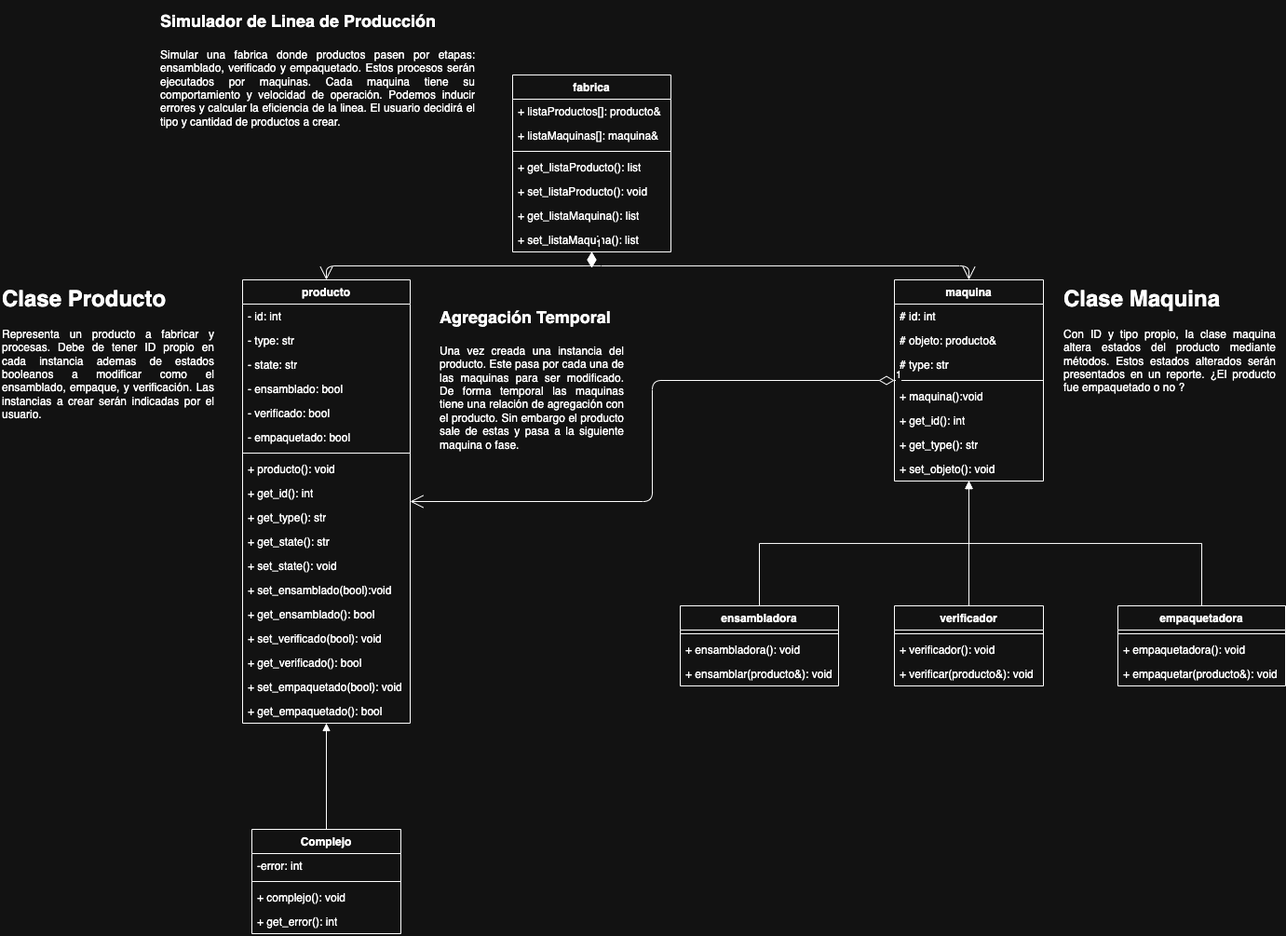
Before: UML.drawio.png, a diagram exported from draw.io (Citybanamex16/Linea-Produccion). Source tidied: cells renumbered, new cells last; positions are measured from the earlier drawing's top-left corner, leaving out a move shared by most shapes.
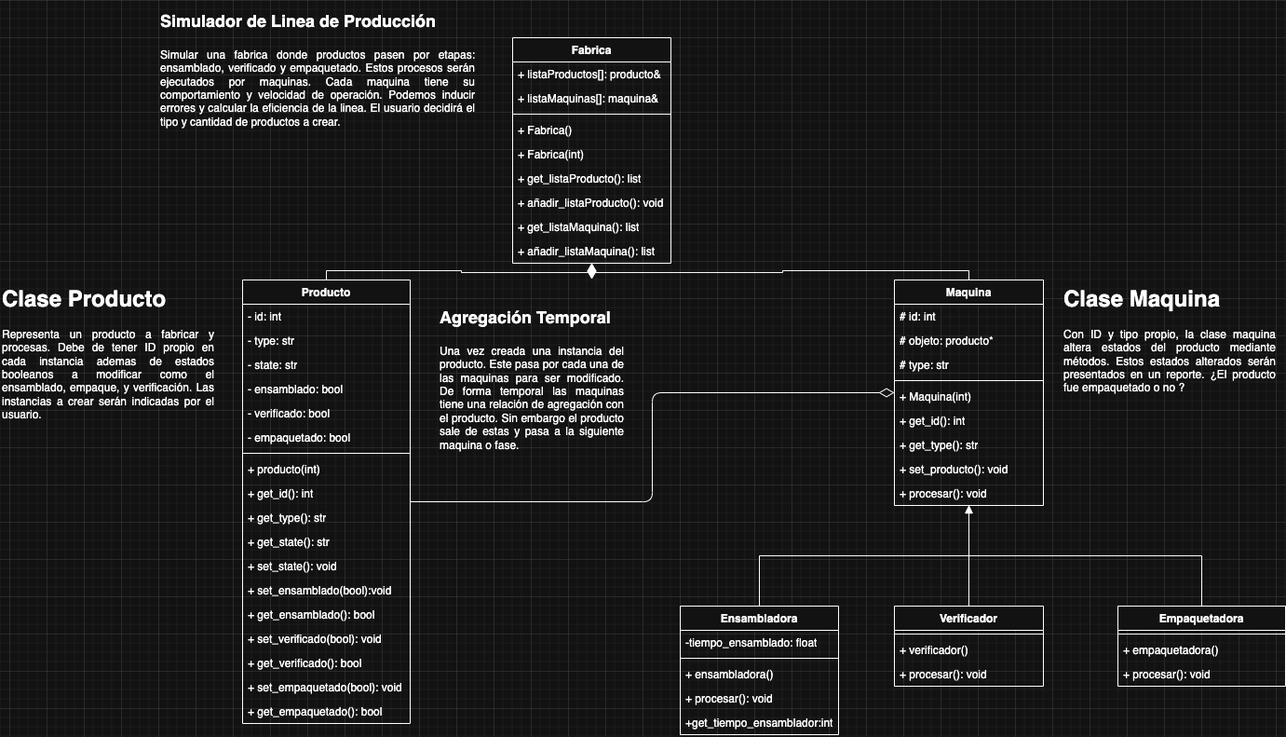
The same diagram one commit later.

What changed in the source:
```diff
@@ -4,4 +4,4 @@
     <mxCell id="1" parent="0" />
-    <mxCell id="2" value="fabrica" style="swimlane;fontStyle=1;align=center;verticalAlign=top;horizontal=1;startSize=26;whiteSpace=wrap;html=1;" parent="1" vertex="1">
-      <mxGeometry x="550" y="80" width="170" height="190" as="geometry" />
+    <mxCell id="2" value="Fabrica" style="swimlane;fontStyle=1;align=center;verticalAlign=top;horizontal=1;startSize=26;whiteSpace=wrap;html=1;" parent="1" vertex="1">
+      <mxGeometry x="550" y="40" width="170" height="242" as="geometry" />
     </mxCell>
@@ -16,21 +16,21 @@
     </mxCell>
-    <mxCell id="6" value="+ get_listaProducto(): list" style="text;strokeColor=none;fillColor=none;align=left;verticalAlign=top;spacingLeft=4;spacingRight=4;overflow=hidden;whiteSpace=wrap;html=1;" parent="2" vertex="1">
+    <mxCell id="6" value="+ Fabrica()" style="text;strokeColor=none;fillColor=none;align=left;verticalAlign=top;spacingLeft=4;spacingRight=4;overflow=hidden;whiteSpace=wrap;html=1;" parent="2" vertex="1">
       <mxGeometry y="86" width="170" height="26" as="geometry" />
     </mxCell>
+    <mxCell id="66" value="+ Fabrica(int)" style="text;strokeColor=none;fillColor=none;align=left;verticalAlign=top;spacingLeft=4;spacingRight=4;overflow=hidden;whiteSpace=wrap;html=1;" parent="2" vertex="1">
+      <mxGeometry y="112" width="170" height="26" as="geometry" />
+    </mxCell>
+    <mxCell id="67" value="+ get_listaProducto(): list" style="text;strokeColor=none;fillColor=none;align=left;verticalAlign=top;spacingLeft=4;spacingRight=4;overflow=hidden;whiteSpace=wrap;html=1;" parent="2" vertex="1">
+      <mxGeometry y="138" width="170" height="26" as="geometry" />
+    </mxCell>
-    <mxCell id="7" value="+ set_listaProducto(): void&amp;nbsp;" style="text;strokeColor=none;fillColor=none;align=left;verticalAlign=top;spacingLeft=4;spacingRight=4;overflow=hidden;whiteSpace=wrap;html=1;" parent="2" vertex="1">
-      <mxGeometry y="112" width="170" height="26" as="geometry" />
+    <mxCell id="7" value="+ añadir_listaProducto(): void&amp;nbsp;" style="text;strokeColor=none;fillColor=none;align=left;verticalAlign=top;spacingLeft=4;spacingRight=4;overflow=hidden;whiteSpace=wrap;html=1;" parent="2" vertex="1">
+      <mxGeometry y="164" width="170" height="26" as="geometry" />
     </mxCell>
     <mxCell id="8" value="+ get_listaMaquina(): list" style="text;strokeColor=none;fillColor=none;align=left;verticalAlign=top;spacingLeft=4;spacingRight=4;overflow=hidden;whiteSpace=wrap;html=1;" parent="2" vertex="1">
-      <mxGeometry y="138" width="170" height="26" as="geometry" />
+      <mxGeometry y="190" width="170" height="26" as="geometry" />
     </mxCell>
-    <mxCell id="9" value="+ set_listaMaquina(): list" style="text;strokeColor=none;fillColor=none;align=left;verticalAlign=top;spacingLeft=4;spacingRight=4;overflow=hidden;whiteSpace=wrap;html=1;" parent="2" vertex="1">
-      <mxGeometry y="164" width="170" height="26" as="geometry" />
+    <mxCell id="9" value="+ añadir_listaMaquina(): list" style="text;strokeColor=none;fillColor=none;align=left;verticalAlign=top;spacingLeft=4;spacingRight=4;overflow=hidden;whiteSpace=wrap;html=1;" parent="2" vertex="1">
+      <mxGeometry y="216" width="170" height="26" as="geometry" />
     </mxCell>
-    <mxCell id="10" value="1" style="endArrow=open;html=1;endSize=12;startArrow=diamondThin;startSize=14;startFill=1;edgeStyle=orthogonalEdgeStyle;align=left;verticalAlign=bottom;rounded=1;entryX=0.5;entryY=0;entryDx=0;entryDy=0;shadow=0;exitX=0.5;exitY=1;exitDx=0;exitDy=0;curved=0;jumpStyle=none;" parent="1" edge="1" source="2" target="12">
-      <mxGeometry x="-1" y="3" relative="1" as="geometry" />
-    </mxCell>
-    <mxCell id="11" value="1" style="endArrow=open;html=1;endSize=12;startArrow=diamondThin;startSize=14;startFill=1;edgeStyle=orthogonalEdgeStyle;align=left;verticalAlign=bottom;rounded=1;entryX=0.5;entryY=0;entryDx=0;entryDy=0;shadow=0;curved=0;jumpStyle=none;exitX=0.5;exitY=1;exitDx=0;exitDy=0;" parent="1" edge="1" source="2" target="31">
-      <mxGeometry x="-1" y="3" relative="1" as="geometry" />
-    </mxCell>
-    <mxCell id="12" value="producto" style="swimlane;fontStyle=1;align=center;verticalAlign=top;horizontal=1;startSize=26;whiteSpace=wrap;html=1;" parent="1" vertex="1">
+    <mxCell id="12" value="Producto" style="swimlane;fontStyle=1;align=center;verticalAlign=top;horizontal=1;startSize=26;whiteSpace=wrap;html=1;" parent="1" vertex="1">
       <mxGeometry x="260" y="300" width="180" height="476" as="geometry" />
@@ -58,3 +58,3 @@
     </mxCell>
-    <mxCell id="20" value="+ producto(): void" style="text;strokeColor=none;fillColor=none;align=left;verticalAlign=top;spacingLeft=4;spacingRight=4;overflow=hidden;whiteSpace=wrap;html=1;" parent="12" vertex="1">
+    <mxCell id="20" value="+ producto(int)" style="text;strokeColor=none;fillColor=none;align=left;verticalAlign=top;spacingLeft=4;spacingRight=4;overflow=hidden;whiteSpace=wrap;html=1;" parent="12" vertex="1">
       <mxGeometry y="190" width="180" height="26" as="geometry" />
@@ -91,4 +91,4 @@
     </mxCell>
-    <mxCell id="31" value="maquina" style="swimlane;fontStyle=1;align=center;verticalAlign=top;horizontal=1;startSize=26;whiteSpace=wrap;html=1;" parent="1" vertex="1">
-      <mxGeometry x="960" y="300" width="160" height="216" as="geometry" />
+    <mxCell id="31" value="Maquina" style="swimlane;fontStyle=1;align=center;verticalAlign=top;horizontal=1;startSize=26;whiteSpace=wrap;html=1;" parent="1" vertex="1">
+      <mxGeometry x="960" y="300" width="160" height="242" as="geometry" />
     </mxCell>
@@ -97,3 +97,3 @@
     </mxCell>
-    <mxCell id="33" value="# objeto: producto&amp;amp;&amp;nbsp;" style="text;strokeColor=none;fillColor=none;align=left;verticalAlign=top;spacingLeft=4;spacingRight=4;overflow=hidden;whiteSpace=wrap;html=1;" parent="31" vertex="1">
+    <mxCell id="33" value="# objeto: producto*&amp;nbsp;" style="text;strokeColor=none;fillColor=none;align=left;verticalAlign=top;spacingLeft=4;spacingRight=4;overflow=hidden;whiteSpace=wrap;html=1;" parent="31" vertex="1">
       <mxGeometry y="52" width="160" height="26" as="geometry" />
@@ -106,3 +106,3 @@
     </mxCell>
-    <mxCell id="36" value="+ maquina():void" style="text;strokeColor=none;fillColor=none;align=left;verticalAlign=top;spacingLeft=4;spacingRight=4;overflow=hidden;whiteSpace=wrap;html=1;" parent="31" vertex="1">
+    <mxCell id="36" value="+ Maquina(int)" style="text;strokeColor=none;fillColor=none;align=left;verticalAlign=top;spacingLeft=4;spacingRight=4;overflow=hidden;whiteSpace=wrap;html=1;" parent="31" vertex="1">
       <mxGeometry y="112" width="160" height="26" as="geometry" />
@@ -115,18 +115,27 @@
     </mxCell>
-    <mxCell id="39" value="+ set_objeto(): void" style="text;strokeColor=none;fillColor=none;align=left;verticalAlign=top;spacingLeft=4;spacingRight=4;overflow=hidden;whiteSpace=wrap;html=1;" parent="31" vertex="1">
-      <mxGeometry y="190" width="160" height="26" as="geometry" />
-    </mxCell>
+    <mxCell id="68" value="+ set_producto(): void" style="text;strokeColor=none;fillColor=none;align=left;verticalAlign=top;spacingLeft=4;spacingRight=4;overflow=hidden;whiteSpace=wrap;html=1;" parent="31" vertex="1">
+      <mxGeometry y="190" width="160" height="26" as="geometry" />
+    </mxCell>
+    <mxCell id="69" value="+ procesar(): void" style="text;strokeColor=none;fillColor=none;align=left;verticalAlign=top;spacingLeft=4;spacingRight=4;overflow=hidden;whiteSpace=wrap;html=1;" parent="31" vertex="1">
+      <mxGeometry y="216" width="160" height="26" as="geometry" />
+    </mxCell>
-    <mxCell id="40" value="ensambladora" style="swimlane;fontStyle=1;align=center;verticalAlign=top;horizontal=1;startSize=26;whiteSpace=wrap;html=1;" parent="1" vertex="1">
-      <mxGeometry x="730" y="650" width="170" height="86" as="geometry" />
+    <mxCell id="40" value="Ensambladora" style="swimlane;fontStyle=1;align=center;verticalAlign=top;horizontal=1;startSize=26;whiteSpace=wrap;html=1;" parent="1" vertex="1">
+      <mxGeometry x="730" y="650" width="170" height="138" as="geometry" />
     </mxCell>
+    <mxCell id="70" value="-tiempo_ensamblado: float" style="text;strokeColor=none;fillColor=none;align=left;verticalAlign=top;spacingLeft=4;spacingRight=4;overflow=hidden;whiteSpace=wrap;html=1;" parent="40" vertex="1">
+      <mxGeometry y="26" width="170" height="26" as="geometry" />
+    </mxCell>
     <mxCell id="41" style="line;strokeWidth=1;fillColor=none;align=left;verticalAlign=middle;spacingTop=-1;spacingLeft=3;spacingRight=3;labelPosition=right;strokeColor=inherit;" parent="40" vertex="1">
-      <mxGeometry y="26" width="170" height="8" as="geometry" />
+      <mxGeometry y="52" width="170" height="8" as="geometry" />
     </mxCell>
-    <mxCell id="42" value="+ ensambladora(): void" style="text;strokeColor=none;fillColor=none;align=left;verticalAlign=top;spacingLeft=4;spacingRight=4;overflow=hidden;whiteSpace=wrap;html=1;" parent="40" vertex="1">
-      <mxGeometry y="34" width="170" height="26" as="geometry" />
+    <mxCell id="42" value="+ ensambladora()" style="text;strokeColor=none;fillColor=none;align=left;verticalAlign=top;spacingLeft=4;spacingRight=4;overflow=hidden;whiteSpace=wrap;html=1;" parent="40" vertex="1">
+      <mxGeometry y="60" width="170" height="26" as="geometry" />
     </mxCell>
-    <mxCell id="43" value="+ ensamblar(producto&amp;amp;): void" style="text;strokeColor=none;fillColor=none;align=left;verticalAlign=top;spacingLeft=4;spacingRight=4;overflow=hidden;whiteSpace=wrap;html=1;" parent="40" vertex="1">
-      <mxGeometry y="60" width="170" height="26" as="geometry" />
-    </mxCell>
+    <mxCell id="71" value="+ procesar(): void" style="text;strokeColor=none;fillColor=none;align=left;verticalAlign=top;spacingLeft=4;spacingRight=4;overflow=hidden;whiteSpace=wrap;html=1;" parent="40" vertex="1">
+      <mxGeometry y="86" width="170" height="26" as="geometry" />
+    </mxCell>
+    <mxCell id="72" value="+get_tiempo_ensamblador:int" style="text;strokeColor=none;fillColor=none;align=left;verticalAlign=top;spacingLeft=4;spacingRight=4;overflow=hidden;whiteSpace=wrap;html=1;" parent="40" vertex="1">
+      <mxGeometry y="112" width="170" height="26" as="geometry" />
+    </mxCell>
-    <mxCell id="44" value="verificador" style="swimlane;fontStyle=1;align=center;verticalAlign=top;horizontal=1;startSize=26;whiteSpace=wrap;html=1;" parent="1" vertex="1">
+    <mxCell id="44" value="Verificador" style="swimlane;fontStyle=1;align=center;verticalAlign=top;horizontal=1;startSize=26;whiteSpace=wrap;html=1;" parent="1" vertex="1">
       <mxGeometry x="960" y="650" width="160" height="86" as="geometry" />
@@ -136,9 +145,9 @@
     </mxCell>
-    <mxCell id="46" value="+ verificador(): void" style="text;strokeColor=none;fillColor=none;align=left;verticalAlign=top;spacingLeft=4;spacingRight=4;overflow=hidden;whiteSpace=wrap;html=1;" parent="44" vertex="1">
+    <mxCell id="46" value="+ verificador()" style="text;strokeColor=none;fillColor=none;align=left;verticalAlign=top;spacingLeft=4;spacingRight=4;overflow=hidden;whiteSpace=wrap;html=1;" parent="44" vertex="1">
       <mxGeometry y="34" width="160" height="26" as="geometry" />
     </mxCell>
-    <mxCell id="47" value="+ verificar(producto&amp;amp;): void" style="text;strokeColor=none;fillColor=none;align=left;verticalAlign=top;spacingLeft=4;spacingRight=4;overflow=hidden;whiteSpace=wrap;html=1;" parent="44" vertex="1">
-      <mxGeometry y="60" width="160" height="26" as="geometry" />
-    </mxCell>
+    <mxCell id="73" value="+ procesar(): void" style="text;strokeColor=none;fillColor=none;align=left;verticalAlign=top;spacingLeft=4;spacingRight=4;overflow=hidden;whiteSpace=wrap;html=1;" parent="44" vertex="1">
+      <mxGeometry y="60" width="160" height="26" as="geometry" />
+    </mxCell>
-    <mxCell id="48" value="empaquetadora" style="swimlane;fontStyle=1;align=center;verticalAlign=top;horizontal=1;startSize=26;whiteSpace=wrap;html=1;" parent="1" vertex="1">
+    <mxCell id="48" value="Empaquetadora" style="swimlane;fontStyle=1;align=center;verticalAlign=top;horizontal=1;startSize=26;whiteSpace=wrap;html=1;" parent="1" vertex="1">
       <mxGeometry x="1200" y="650" width="180" height="86" as="geometry" />
@@ -148,8 +157,8 @@
     </mxCell>
-    <mxCell id="50" value="+ empaquetadora(): void" style="text;strokeColor=none;fillColor=none;align=left;verticalAlign=top;spacingLeft=4;spacingRight=4;overflow=hidden;whiteSpace=wrap;html=1;" parent="48" vertex="1">
+    <mxCell id="50" value="+ empaquetadora()" style="text;strokeColor=none;fillColor=none;align=left;verticalAlign=top;spacingLeft=4;spacingRight=4;overflow=hidden;whiteSpace=wrap;html=1;" parent="48" vertex="1">
       <mxGeometry y="34" width="180" height="26" as="geometry" />
     </mxCell>
-    <mxCell id="51" value="+ empaquetar(producto&amp;amp;): void" style="text;strokeColor=none;fillColor=none;align=left;verticalAlign=top;spacingLeft=4;spacingRight=4;overflow=hidden;whiteSpace=wrap;html=1;" parent="48" vertex="1">
-      <mxGeometry y="60" width="180" height="26" as="geometry" />
-    </mxCell>
+    <mxCell id="74" value="+ procesar(): void" style="text;strokeColor=none;fillColor=none;align=left;verticalAlign=top;spacingLeft=4;spacingRight=4;overflow=hidden;whiteSpace=wrap;html=1;" parent="48" vertex="1">
+      <mxGeometry y="60" width="180" height="26" as="geometry" />
+    </mxCell>
     <mxCell id="52" style="endArrow=block;endFill=1;html=1;edgeStyle=orthogonalEdgeStyle;align=left;verticalAlign=top;rounded=0;entryX=0.5;entryY=1;entryDx=0;entryDy=0;exitX=0.5;exitY=0;exitDx=0;exitDy=0;" parent="1" edge="1" source="40" target="31">
@@ -163,3 +172,3 @@
     </mxCell>
-    <mxCell id="55" value="1" style="endArrow=open;html=1;endSize=12;startArrow=diamondThin;startSize=14;startFill=0;edgeStyle=orthogonalEdgeStyle;align=left;verticalAlign=bottom;rounded=1;entryX=1;entryY=0.5;entryDx=0;entryDy=0;exitX=0;exitY=0.5;exitDx=0;exitDy=0;curved=0;" parent="1" edge="1" source="31" target="12">
+    <mxCell id="55" style="endArrow=none;html=1;endSize=12;startArrow=diamondThin;startSize=14;startFill=0;edgeStyle=orthogonalEdgeStyle;align=left;verticalAlign=bottom;rounded=1;entryX=1;entryY=0.5;entryDx=0;entryDy=0;exitX=0;exitY=0.5;exitDx=0;exitDy=0;curved=0;" parent="1" edge="1" source="31" target="12">
       <mxGeometry x="-1" y="3" relative="1" as="geometry" />
@@ -178,20 +187,8 @@
     </mxCell>
-    <mxCell id="60" value="Complejo" style="swimlane;fontStyle=1;align=center;verticalAlign=top;horizontal=1;startSize=26;whiteSpace=wrap;html=1;" parent="1" vertex="1">
-      <mxGeometry x="270" y="890" width="160" height="112" as="geometry" />
-    </mxCell>
-    <mxCell id="61" value="-error: int" style="text;strokeColor=none;fillColor=none;align=left;verticalAlign=top;spacingLeft=4;spacingRight=4;overflow=hidden;whiteSpace=wrap;html=1;" parent="60" vertex="1">
-      <mxGeometry y="26" width="160" height="26" as="geometry" />
-    </mxCell>
-    <mxCell id="62" style="line;strokeWidth=1;fillColor=none;align=left;verticalAlign=middle;spacingTop=-1;spacingLeft=3;spacingRight=3;labelPosition=right;strokeColor=inherit;" parent="60" vertex="1">
-      <mxGeometry y="52" width="160" height="8" as="geometry" />
-    </mxCell>
-    <mxCell id="63" value="+ complejo(): void" style="text;strokeColor=none;fillColor=none;align=left;verticalAlign=top;spacingLeft=4;spacingRight=4;overflow=hidden;whiteSpace=wrap;html=1;" parent="60" vertex="1">
-      <mxGeometry y="60" width="160" height="26" as="geometry" />
-    </mxCell>
-    <mxCell id="64" value="+ get_error(): int" style="text;strokeColor=none;fillColor=none;align=left;verticalAlign=top;spacingLeft=4;spacingRight=4;overflow=hidden;whiteSpace=wrap;html=1;" parent="60" vertex="1">
-      <mxGeometry y="86" width="160" height="26" as="geometry" />
-    </mxCell>
-    <mxCell id="65" style="endArrow=block;endFill=1;html=1;edgeStyle=orthogonalEdgeStyle;align=left;verticalAlign=top;rounded=0;exitX=0.5;exitY=0;exitDx=0;exitDy=0;entryX=0.5;entryY=1;entryDx=0;entryDy=0;" parent="1" edge="1" source="60" target="12">
-      <mxGeometry x="-0.72" y="50" relative="1" as="geometry" />
-    </mxCell>
+    <mxCell id="10" style="endArrow=none;html=1;endSize=12;startArrow=diamondThin;startSize=14;startFill=1;edgeStyle=orthogonalEdgeStyle;align=left;verticalAlign=bottom;rounded=0;exitX=0.5;exitY=1;exitDx=0;exitDy=0;entryX=0.5;entryY=0;entryDx=0;entryDy=0;" parent="1" edge="1" source="2" target="12">
+      <mxGeometry x="-1" y="3" relative="1" as="geometry" />
+    </mxCell>
+    <mxCell id="11" style="endArrow=none;html=1;endSize=12;startArrow=diamondThin;startSize=14;startFill=1;edgeStyle=orthogonalEdgeStyle;align=left;verticalAlign=bottom;rounded=0;exitX=0.5;exitY=1;exitDx=0;exitDy=0;entryX=0.5;entryY=0;entryDx=0;entryDy=0;" parent="1" edge="1" source="2" target="31">
+      <mxGeometry x="-0.75" y="15" relative="1" as="geometry" />
+    </mxCell>
   </root>
```
